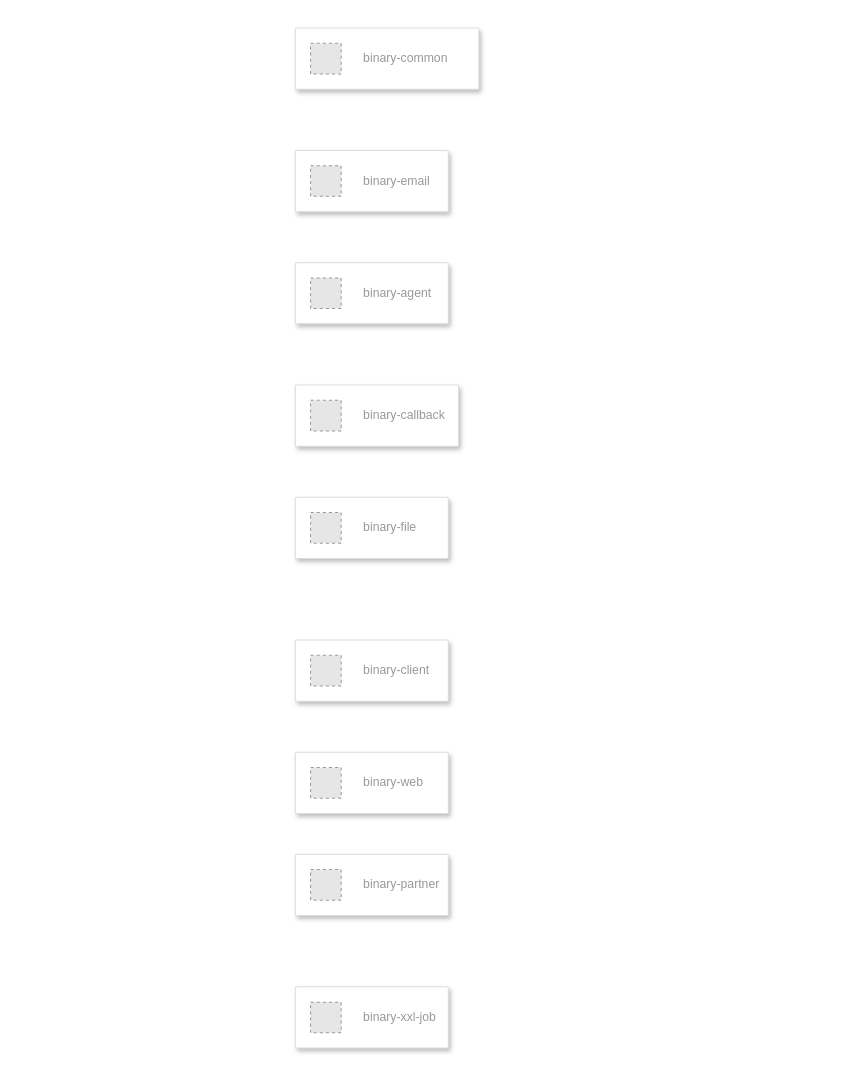
ethanyep/draw.io keeps this draw.io diagram as smo.drawio. Above is the earlier version. Source tidied: cells renumbered, new cells numbered last; positions are measured from the earlier drawing's top-left corner, leaving out a move shared by most shapes. Both pictures are drawn from the tidied source at 102%, with x=0, y=0 at pixel (295, 28). Pictures stored in the file or linked from it are replaced by grey dashed boxes.
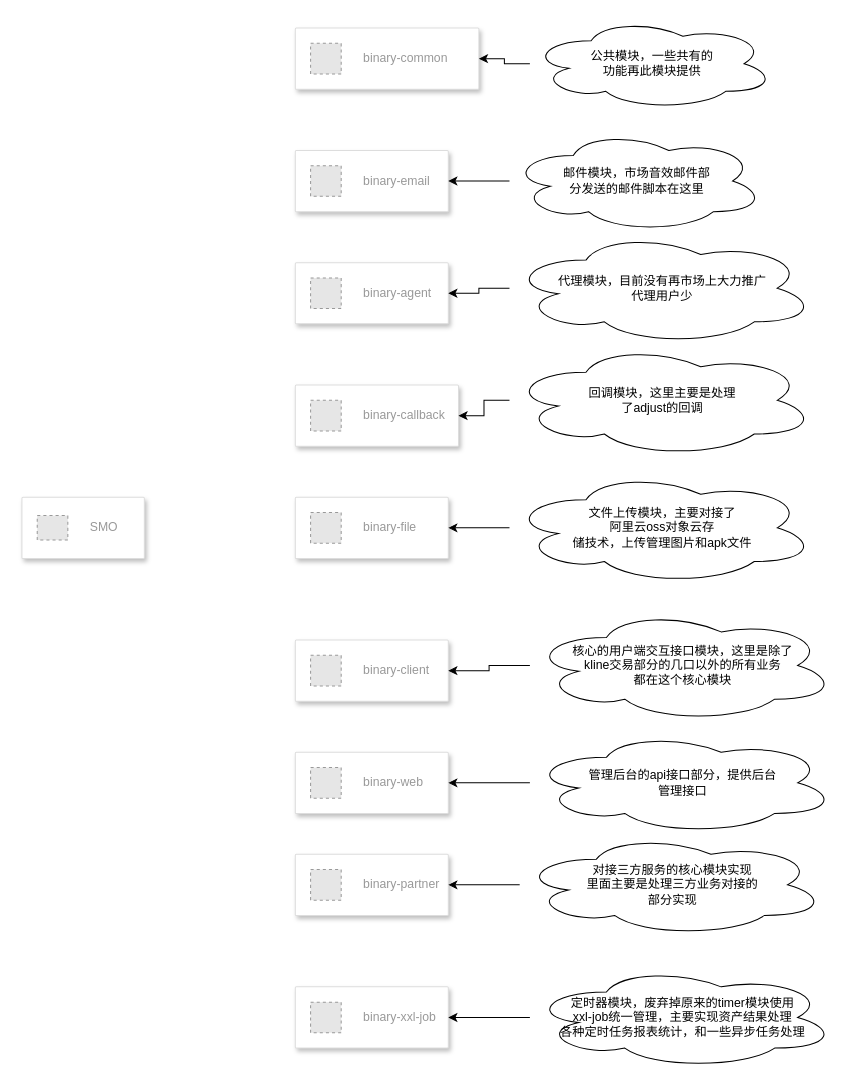
The same page after the edit.

Unchanged cells that the change refers to:
```xml
<mxCell id="2" style="strokeColor=#dddddd;shadow=1;strokeWidth=1;rounded=1;absoluteArcSize=1;arcSize=2;" parent="1" vertex="1">
  <mxGeometry y="600" width="150" height="60" as="geometry" />
</mxCell>
<mxCell id="4" style="strokeColor=#dddddd;shadow=1;strokeWidth=1;rounded=1;absoluteArcSize=1;arcSize=2;" parent="1" vertex="1">
  <mxGeometry y="230" width="150" height="60" as="geometry" />
</mxCell>
<mxCell id="6" style="strokeColor=#dddddd;shadow=1;strokeWidth=1;rounded=1;absoluteArcSize=1;arcSize=2;" parent="1" vertex="1">
  <mxGeometry y="350" width="160" height="60" as="geometry" />
</mxCell>
<mxCell id="8" style="strokeColor=#dddddd;shadow=1;strokeWidth=1;rounded=1;absoluteArcSize=1;arcSize=2;" parent="1" vertex="1">
  <mxGeometry width="180" height="60" as="geometry" />
</mxCell>
<mxCell id="10" style="strokeColor=#dddddd;shadow=1;strokeWidth=1;rounded=1;absoluteArcSize=1;arcSize=2;" parent="1" vertex="1">
  <mxGeometry y="120" width="150" height="60" as="geometry" />
</mxCell>
<mxCell id="12" style="strokeColor=#dddddd;shadow=1;strokeWidth=1;rounded=1;absoluteArcSize=1;arcSize=2;" parent="1" vertex="1">
  <mxGeometry y="460" width="150" height="60" as="geometry" />
</mxCell>
<mxCell id="14" style="strokeColor=#dddddd;shadow=1;strokeWidth=1;rounded=1;absoluteArcSize=1;arcSize=2;" parent="1" vertex="1">
  <mxGeometry y="810" width="150" height="60" as="geometry" />
</mxCell>
<mxCell id="16" style="strokeColor=#dddddd;shadow=1;strokeWidth=1;rounded=1;absoluteArcSize=1;arcSize=2;" parent="1" vertex="1">
  <mxGeometry y="710" width="150" height="60" as="geometry" />
</mxCell>
<mxCell id="18" style="strokeColor=#dddddd;shadow=1;strokeWidth=1;rounded=1;absoluteArcSize=1;arcSize=2;" parent="1" vertex="1">
  <mxGeometry y="940" width="150" height="60" as="geometry" />
</mxCell>
```

What changed in the source:
```diff
@@
+    <mxCell id="20" style="edgeStyle=orthogonalEdgeStyle;rounded=0;jettySize=auto;html=1;" parent="1" edge="1" source="21" target="8">
+      <mxGeometry relative="1" as="geometry" />
+    </mxCell>
+    <mxCell id="21" value="公共模块，一些共有的&lt;br&gt;功能再此模块提供" style="ellipse;shape=cloud;whiteSpace=wrap;html=1;" parent="1" vertex="1">
+      <mxGeometry x="230" y="-10" width="240" height="90" as="geometry" />
+    </mxCell>
+    <mxCell id="22" style="edgeStyle=orthogonalEdgeStyle;rounded=0;jettySize=auto;html=1;" parent="1" edge="1" source="23" target="10">
+      <mxGeometry relative="1" as="geometry" />
+    </mxCell>
+    <mxCell id="23" value="邮件模块，市场音效邮件部&lt;br&gt;分发送的邮件脚本在这里" style="ellipse;shape=cloud;whiteSpace=wrap;html=1;" parent="1" vertex="1">
+      <mxGeometry x="210" y="100" width="250" height="100" as="geometry" />
+    </mxCell>
+    <mxCell id="24" style="edgeStyle=orthogonalEdgeStyle;rounded=0;jettySize=auto;html=1;" parent="1" edge="1" source="25" target="4">
+      <mxGeometry relative="1" as="geometry" />
+    </mxCell>
+    <mxCell id="25" value="代理模块，目前没有再市场上大力推广&lt;br&gt;代理用户少" style="ellipse;shape=cloud;whiteSpace=wrap;html=1;" parent="1" vertex="1">
+      <mxGeometry x="210" y="200" width="300" height="110" as="geometry" />
+    </mxCell>
+    <mxCell id="26" style="edgeStyle=orthogonalEdgeStyle;rounded=0;jettySize=auto;html=1;" parent="1" edge="1" source="27" target="6">
+      <mxGeometry relative="1" as="geometry" />
+    </mxCell>
+    <mxCell id="27" value="回调模块，这里主要是处理&lt;br&gt;了adjust的回调" style="ellipse;shape=cloud;whiteSpace=wrap;html=1;" parent="1" vertex="1">
+      <mxGeometry x="210" y="310" width="300" height="110" as="geometry" />
+    </mxCell>
+    <mxCell id="28" style="edgeStyle=orthogonalEdgeStyle;rounded=0;jettySize=auto;html=1;" parent="1" edge="1" source="29" target="12">
+      <mxGeometry relative="1" as="geometry" />
+    </mxCell>
+    <mxCell id="29" value="文件上传模块，主要对接了&lt;br&gt;阿里云oss对象云存&lt;br&gt;储技术，上传管理图片和apk文件" style="ellipse;shape=cloud;whiteSpace=wrap;html=1;" parent="1" vertex="1">
+      <mxGeometry x="210" y="435" width="300" height="110" as="geometry" />
+    </mxCell>
+    <mxCell id="30" style="edgeStyle=orthogonalEdgeStyle;rounded=0;jettySize=auto;html=1;" parent="1" edge="1" source="31" target="2">
+      <mxGeometry relative="1" as="geometry" />
+    </mxCell>
+    <mxCell id="31" value="核心的用户端交互接口模块，这里是除了&lt;br&gt;kline交易部分的几口以外的所有业务&lt;br&gt;都在这个核心模块" style="ellipse;shape=cloud;whiteSpace=wrap;html=1;" parent="1" vertex="1">
+      <mxGeometry x="230" y="570" width="300" height="110" as="geometry" />
+    </mxCell>
+    <mxCell id="32" style="edgeStyle=orthogonalEdgeStyle;rounded=0;jettySize=auto;html=1;" parent="1" edge="1" source="33" target="16">
+      <mxGeometry relative="1" as="geometry" />
+    </mxCell>
+    <mxCell id="33" value="管理后台的api接口部分，提供后台&lt;br&gt;管理接口" style="ellipse;shape=cloud;whiteSpace=wrap;html=1;" parent="1" vertex="1">
+      <mxGeometry x="230" y="690" width="300" height="100" as="geometry" />
+    </mxCell>
+    <mxCell id="34" style="edgeStyle=orthogonalEdgeStyle;rounded=0;jettySize=auto;html=1;" parent="1" edge="1" source="35" target="14">
+      <mxGeometry relative="1" as="geometry" />
+    </mxCell>
+    <mxCell id="35" value="对接三方服务的核心模块实现&lt;br&gt;里面主要是处理三方业务对接的&lt;br&gt;部分实现" style="ellipse;shape=cloud;whiteSpace=wrap;html=1;" parent="1" vertex="1">
+      <mxGeometry x="220" y="790" width="300" height="100" as="geometry" />
+    </mxCell>
+    <mxCell id="36" style="edgeStyle=orthogonalEdgeStyle;rounded=0;jettySize=auto;html=1;" parent="1" edge="1" source="37" target="18">
+      <mxGeometry relative="1" as="geometry" />
+    </mxCell>
+    <mxCell id="37" value="定时器模块，废弃掉原来的timer模块使用&lt;br&gt;xxl-job统一管理，主要实现资产结果处理&lt;br&gt;各种定时任务报表统计，和一些异步任务处理" style="ellipse;shape=cloud;whiteSpace=wrap;html=1;" parent="1" vertex="1">
+      <mxGeometry x="230" y="920" width="300" height="100" as="geometry" />
+    </mxCell>
+    <mxCell id="38" style="strokeColor=#dddddd;shadow=1;strokeWidth=1;rounded=1;absoluteArcSize=1;arcSize=2;" parent="1" vertex="1">
+      <mxGeometry x="-268" y="460" width="120" height="60" as="geometry" />
+    </mxCell>
+    <mxCell id="39" value="SMO" style="fillColor=#E6E6E6;strokeColor=#999999;dashed=1;html=1;fontColor=#999999;verticalLabelPosition=middle;verticalAlign=middle;labelPosition=right;align=left;spacingLeft=20;" parent="38" vertex="1">
+      <mxGeometry width="30" height="24" relative="1" as="geometry">
+        <mxPoint x="15" y="18" as="offset" />
+      </mxGeometry>
+    </mxCell>
```
